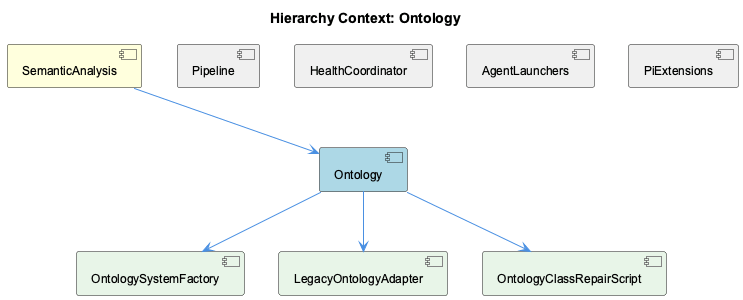
fwornle/coding keeps this PlantUML diagram as knowledge-management/insights/images/ontology-relationship.png. Above is the earlier version.
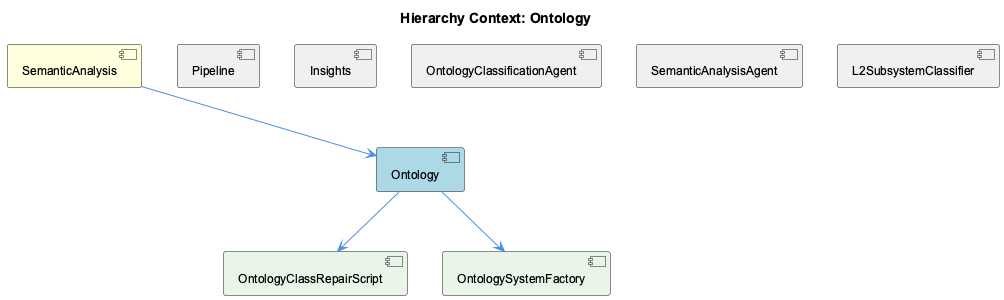
After the change.

Change to the diagram source:
```diff
@@ -6,20 +6,20 @@
 [SemanticAnalysis] as semantic_analysis #FFFFDD
 [Ontology] as ontology #LightBlue
 [Pipeline] as pipeline #F0F0F0
-[HealthCoordinator] as health_coordinator #F0F0F0
-[AgentLaunchers] as agent_launchers #F0F0F0
-[PiExtensions] as pi_extensions #F0F0F0
+[Insights] as insights #F0F0F0
+[OntologyClassificationAgent] as ontology_classification_agent #F0F0F0
+[SemanticAnalysisAgent] as semantic_analysis_agent #F0F0F0
+[L2SubsystemClassifier] as l2_subsystem_classifier #F0F0F0
+[OntologyClassRepairScript] as ontology_class_repair_script #E8F5E8
 [OntologySystemFactory] as ontology_system_factory #E8F5E8
-[LegacyOntologyAdapter] as legacy_ontology_adapter #E8F5E8
-[OntologyClassRepairScript] as ontology_class_repair_script #E8F5E8
 
 semantic_analysis --> ontology
 pipeline -[hidden]- ontology
-health_coordinator -[hidden]- ontology
-agent_launchers -[hidden]- ontology
-pi_extensions -[hidden]- ontology
+insights -[hidden]- ontology
+ontology_classification_agent -[hidden]- ontology
+semantic_analysis_agent -[hidden]- ontology
+l2_subsystem_classifier -[hidden]- ontology
+ontology --> ontology_class_repair_script
 ontology --> ontology_system_factory
-ontology --> legacy_ontology_adapter
-ontology --> ontology_class_repair_script
 
 @enduml
```
